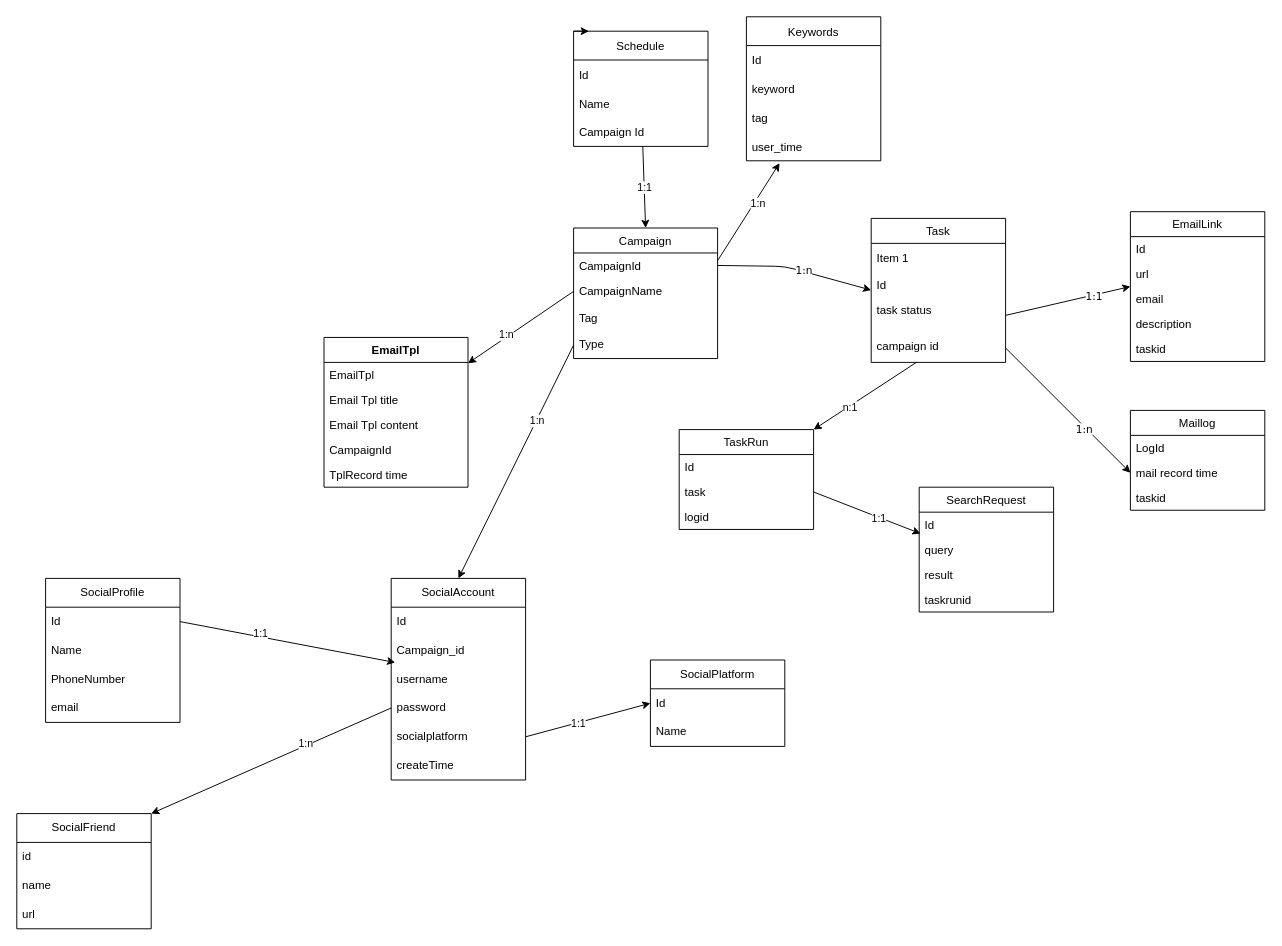
Above: doc/class.drawio in robertzengcn/marketing (draw.io), before the change. Source tidied: cells renumbered, new cells numbered last; positions are measured from the earlier drawing's top-left corner, leaving out a move shared by most shapes. Both pictures are drawn from the tidied source at 96%, with x=0, y=0 at pixel (16, 16).
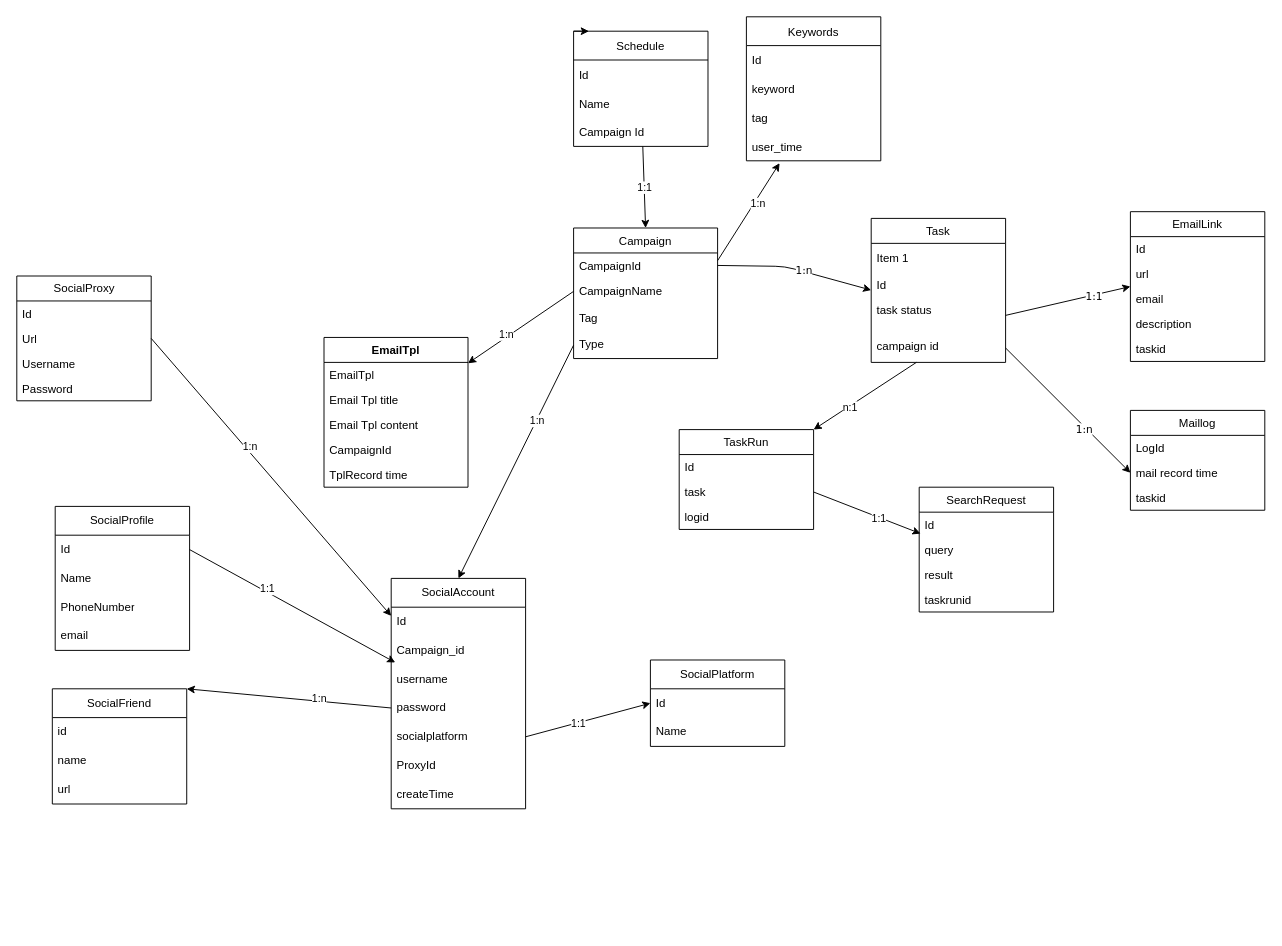
After the change.

The edit, as a diff of the source:
```diff
@@
     <mxCell id="62" value="SocialAccount" style="swimlane;fontStyle=0;horizontal=1;startSize=30;whiteSpace=wrap;html=1;" parent="1" vertex="1">
-      <mxGeometry x="390" y="585" width="140" height="210" as="geometry" />
+      <mxGeometry x="390" y="585" width="140" height="240" as="geometry" />
     </mxCell>
@@
-    <mxCell id="68" value="createTime" style="text;strokeColor=none;fillColor=none;align=left;verticalAlign=middle;spacingLeft=4;spacingRight=4;overflow=hidden;whiteSpace=wrap;html=1;" parent="62" vertex="1">
+    <mxCell id="68" value="ProxyId" style="text;strokeColor=none;fillColor=none;align=left;verticalAlign=middle;spacingLeft=4;spacingRight=4;overflow=hidden;whiteSpace=wrap;html=1;" parent="62" vertex="1">
       <mxGeometry y="180" width="140" height="30" as="geometry" />
     </mxCell>
+    <mxCell id="89" value="createTime" style="text;strokeColor=none;fillColor=none;align=left;verticalAlign=middle;spacingLeft=4;spacingRight=4;overflow=hidden;whiteSpace=wrap;html=1;" parent="62" vertex="1">
+      <mxGeometry y="210" width="140" height="30" as="geometry" />
+    </mxCell>
@@
     <mxCell id="76" value="SocialFriend" style="swimlane;fontStyle=0;horizontal=1;startSize=30;whiteSpace=wrap;html=1;" parent="1" vertex="1">
-      <mxGeometry y="830" width="140" height="120" as="geometry" />
+      <mxGeometry x="37" y="700" width="140" height="120" as="geometry" />
     </mxCell>
@@
     <mxCell id="80" value="SocialProfile" style="swimlane;fontStyle=0;horizontal=1;startSize=30;whiteSpace=wrap;html=1;" parent="1" vertex="1">
-      <mxGeometry x="30" y="585" width="140" height="150" as="geometry" />
+      <mxGeometry x="40" y="510" width="140" height="150" as="geometry" />
     </mxCell>
@@
+    <mxCell id="90" value="SocialProxy" style="swimlane;fontStyle=0;horizontal=1;startSize=26;fillColor=none;html=1;" parent="1" vertex="1">
+      <mxGeometry y="270" width="140" height="130" as="geometry" />
+    </mxCell>
+    <mxCell id="91" value="Id" style="text;strokeColor=none;fillColor=none;align=left;verticalAlign=top;spacingLeft=4;spacingRight=4;overflow=hidden;whiteSpace=wrap;html=1;" parent="90" vertex="1">
+      <mxGeometry y="26" width="140" height="26" as="geometry" />
+    </mxCell>
+    <mxCell id="92" value="Url" style="text;strokeColor=none;fillColor=none;align=left;verticalAlign=top;spacingLeft=4;spacingRight=4;overflow=hidden;points=[[0,0.5],[1,0.5]];portConstraint=eastwest;whiteSpace=wrap;html=1;" parent="90" vertex="1">
+      <mxGeometry y="52" width="140" height="26" as="geometry" />
+    </mxCell>
+    <mxCell id="93" value="Username" style="text;strokeColor=none;fillColor=none;align=left;verticalAlign=top;spacingLeft=4;spacingRight=4;overflow=hidden;whiteSpace=wrap;html=1;" parent="90" vertex="1">
+      <mxGeometry y="78" width="140" height="26" as="geometry" />
+    </mxCell>
+    <mxCell id="94" value="Password" style="text;strokeColor=none;fillColor=none;align=left;verticalAlign=top;spacingLeft=4;spacingRight=4;overflow=hidden;whiteSpace=wrap;html=1;" parent="90" vertex="1">
+      <mxGeometry y="104" width="140" height="26" as="geometry" />
+    </mxCell>
+    <mxCell id="95" style="edgeStyle=none;html=1;exitX=1;exitY=0.5;exitDx=0;exitDy=0;" parent="1" edge="1" source="92" target="62">
+      <mxGeometry relative="1" as="geometry" />
+    </mxCell>
+    <mxCell id="96" value="1:n" style="edgeLabel;html=1;align=center;verticalAlign=middle;" parent="95" vertex="1">
+      <mxGeometry x="-0.2" y="3" relative="1" as="geometry">
+        <mxPoint y="-1" as="offset" />
+      </mxGeometry>
+    </mxCell>
```
